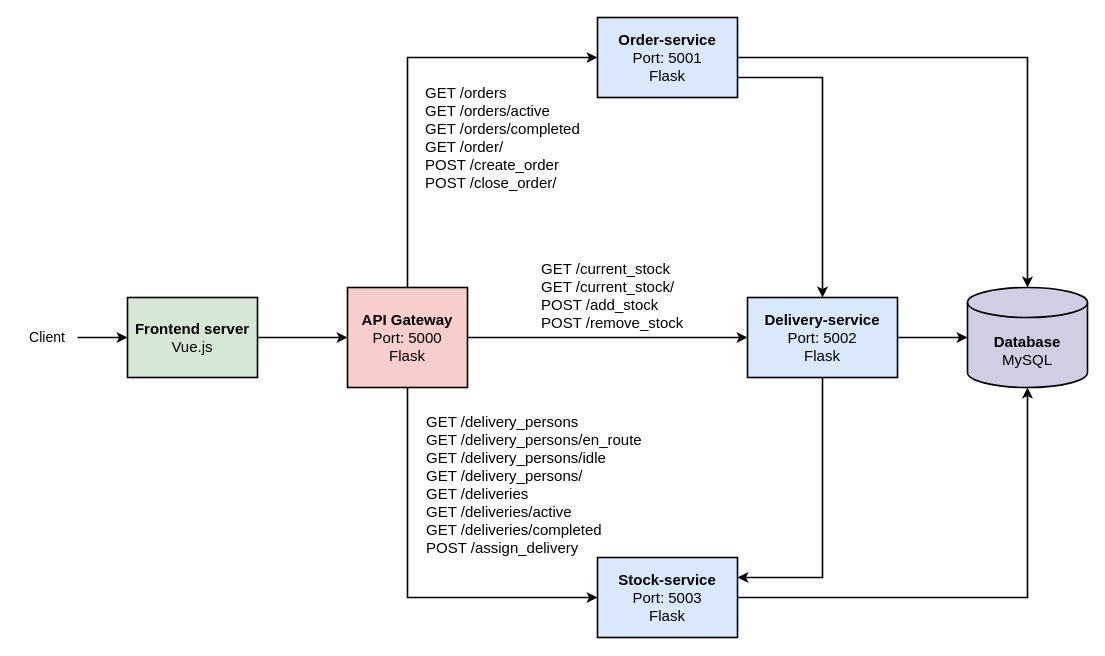
Before: architecture.drawio in sandeepgit32/fast-delivery-app-simulation-microservices, a draw.io diagram. Source tidied: cells renumbered, new cells numbered last; positions are measured from the earlier drawing's top-left corner, leaving out a move shared by most shapes. Both pictures are drawn from the tidied source at 100%, with x=0, y=0 at pixel (17, 17).
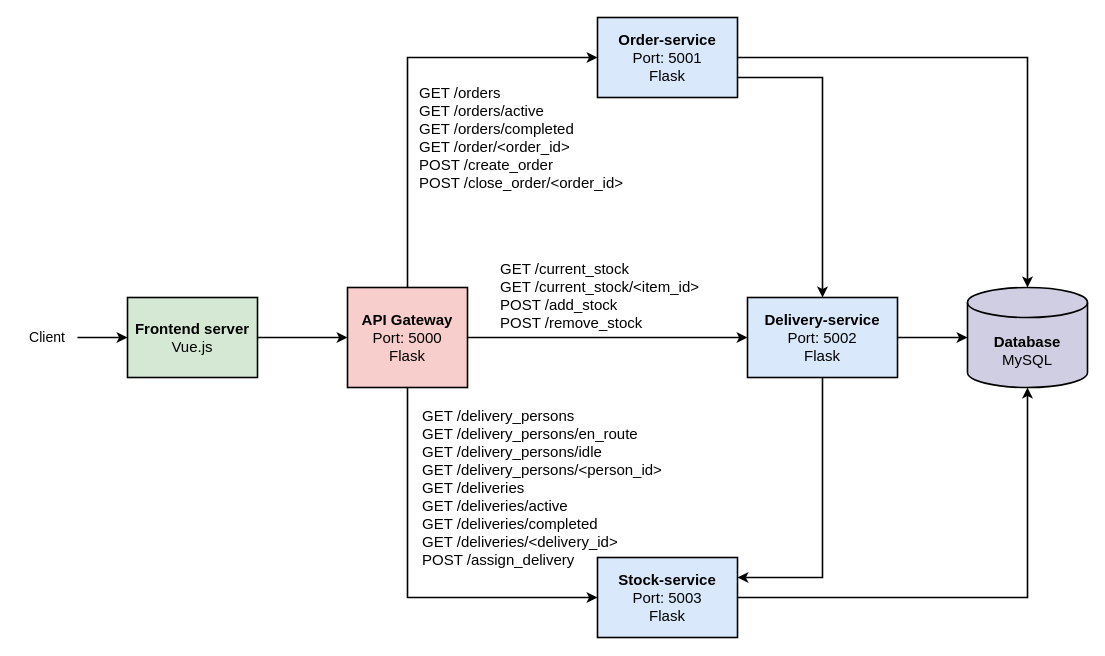
After the change.

The edit, as a diff of the source:
```diff
@@
-    <mxCell id="19" value="&lt;font style=&quot;font-size: 15px;&quot;&gt;GET /orders&lt;br&gt;GET /orders/active&lt;br&gt;GET /orders/completed&lt;br&gt;GET /order/&lt;br&gt;POST /create_order&lt;br&gt;POST /close_order/&lt;/font&gt;" style="text;whiteSpace=wrap;html=1;" parent="1" vertex="1">
-      <mxGeometry x="406" y="60" width="160" height="110" as="geometry" />
+    <mxCell id="19" value="&lt;font style=&quot;font-size: 15px;&quot;&gt;GET /orders&lt;br&gt;GET /orders/active&lt;br&gt;GET /orders/completed&lt;br&gt;GET /order/&amp;lt;order_id&amp;gt;&lt;br&gt;POST /create_order&lt;br&gt;POST /close_order/&amp;lt;order_id&amp;gt;&lt;/font&gt;" style="text;whiteSpace=wrap;html=1;" parent="1" vertex="1">
+      <mxGeometry x="400" y="60" width="244" height="110" as="geometry" />
     </mxCell>
-    <mxCell id="20" value="&lt;font style=&quot;font-size: 15px;&quot;&gt;GET /delivery_persons&lt;br&gt;GET /delivery_persons/en_route&lt;br&gt;GET /delivery_persons/idle&lt;br&gt;GET /delivery_persons/&lt;br&gt;GET /deliveries&lt;br&gt;GET /deliveries/active&lt;br&gt;GET /deliveries/completed&lt;br&gt;POST /assign_delivery&lt;/font&gt;" style="text;whiteSpace=wrap;html=1;" parent="1" vertex="1">
-      <mxGeometry x="407" y="389" width="230" height="140" as="geometry" />
+    <mxCell id="20" value="&lt;font style=&quot;font-size: 15px;&quot;&gt;GET /delivery_persons&lt;br&gt;GET /delivery_persons/en_route&lt;br&gt;GET /delivery_persons/idle&lt;br&gt;GET /delivery_persons/&amp;lt;person_id&amp;gt;&lt;br&gt;GET /deliveries&lt;br&gt;GET /deliveries/active&lt;br&gt;GET /deliveries/completed&lt;/font&gt;&lt;div&gt;&lt;font style=&quot;&quot;&gt;&lt;span style=&quot;font-size: 15px;&quot;&gt;GET /deliveries/&amp;lt;delivery_id&amp;gt;&lt;/span&gt;&lt;br&gt;&lt;span style=&quot;font-size: 15px;&quot;&gt;POST /assign_delivery&lt;/span&gt;&lt;/font&gt;&lt;/div&gt;" style="text;whiteSpace=wrap;html=1;" parent="1" vertex="1">
+      <mxGeometry x="403" y="383" width="273" height="140" as="geometry" />
     </mxCell>
-    <mxCell id="21" value="&lt;font style=&quot;font-size: 15px;&quot;&gt;GET /current_stock&lt;br&gt;GET /current_stock/&lt;br&gt;POST /add_stock&lt;br&gt;POST /remove_stock&lt;/font&gt;" style="text;whiteSpace=wrap;html=1;" parent="1" vertex="1">
-      <mxGeometry x="522" y="236" width="150" height="80" as="geometry" />
+    <mxCell id="21" value="&lt;font style=&quot;font-size: 15px;&quot;&gt;GET /current_stock&lt;br&gt;GET /current_stock/&amp;lt;item_id&amp;gt;&lt;br&gt;POST /add_stock&lt;br&gt;POST /remove_stock&lt;/font&gt;" style="text;whiteSpace=wrap;html=1;" parent="1" vertex="1">
+      <mxGeometry x="481" y="236" width="202" height="80" as="geometry" />
     </mxCell>
```
